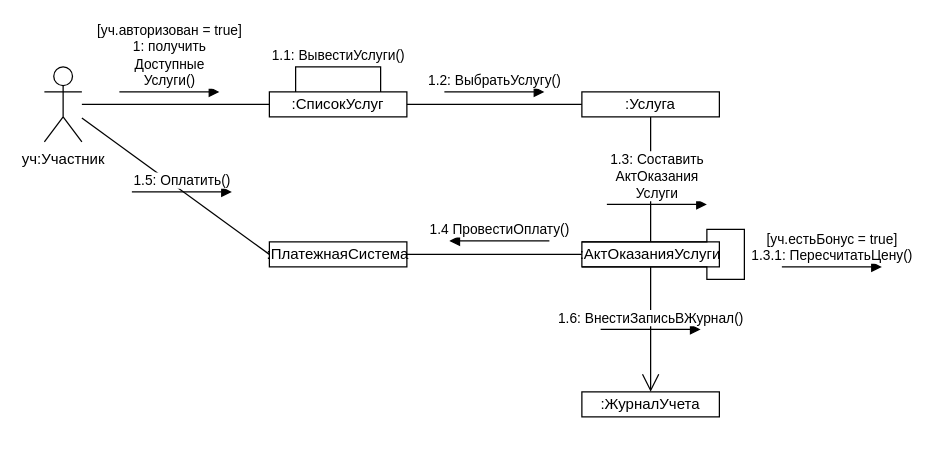
Before: page "Диаграмма коммуникаций" (2 of 3) of Lab_1/Lab_1.drawio in 4lnULpGkuW/OOAD, a draw.io diagram. Source tidied: cells renumbered, new cells numbered last; positions are measured from the earlier drawing's top-left corner, leaving out a move shared by most shapes. Both pictures are drawn from the tidied source at 125%, with x=0, y=0 at pixel (44, 66).
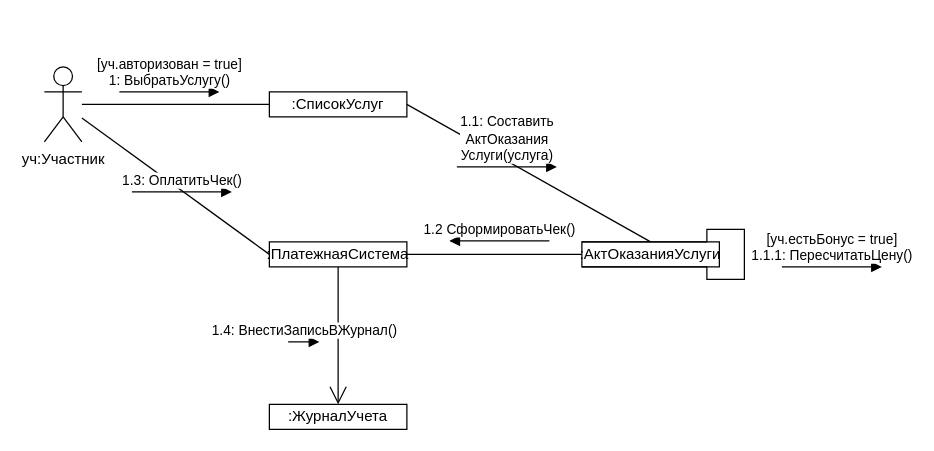
The same diagram, later.

Unchanged cells that the change refers to:
```xml
<mxCell id="3" value=":СписокУслуг" style="html=1;whiteSpace=wrap;" parent="1" vertex="1">
  <mxGeometry x="180" y="20" width="110" height="20" as="geometry" />
</mxCell>
<mxCell id="6" value=":АктОказанияУслуги" style="html=1;whiteSpace=wrap;" parent="1" vertex="1">
  <mxGeometry x="430" y="140" width="110" height="20" as="geometry" />
</mxCell>
<mxCell id="15" value=":ПлатежнаяСистема" style="html=1;whiteSpace=wrap;" parent="1" vertex="1">
  <mxGeometry x="180" y="140" width="110" height="20" as="geometry" />
</mxCell>
```

Diff of the diagram source:
```diff
@@
-    <mxCell id="5" value="1.1: ВывестиУслуги()" style="html=1;verticalAlign=bottom;endArrow=none;rounded=0;edgeStyle=elbowEdgeStyle;elbow=vertical;endFill=0;" parent="1" edge="1">
-      <mxGeometry relative="1" as="geometry">
-        <mxPoint x="201" y="20" as="sourcePoint" />
-        <mxPoint x="269" y="20" as="targetPoint" />
-        <Array as="points">
-          <mxPoint x="236" />
-        </Array>
-      </mxGeometry>
-    </mxCell>
@@
-    <mxCell id="7" style="html=1;verticalAlign=bottom;endArrow=none;curved=0;rounded=0;endFill=0;entryX=0.5;entryY=0;entryDx=0;entryDy=0;exitX=0.5;exitY=1;exitDx=0;exitDy=0;" parent="1" edge="1" source="12" target="6">
-      <mxGeometry x="0.56" relative="1" as="geometry" />
-    </mxCell>
+    <mxCell id="23" style="html=1;verticalAlign=bottom;endArrow=none;curved=0;rounded=0;endFill=0;entryX=0.5;entryY=0;entryDx=0;entryDy=0;exitX=1;exitY=0.5;exitDx=0;exitDy=0;" parent="1" edge="1" source="3" target="6">
+      <mxGeometry x="0.56" relative="1" as="geometry" />
+    </mxCell>
@@
-    <mxCell id="9" value="[уч.авторизован = true]&lt;div&gt;1: получить&lt;/div&gt;&lt;div&gt;Доступные&lt;/div&gt;&lt;div&gt;Услуги()&lt;/div&gt;" style="html=1;verticalAlign=bottom;endArrow=block;curved=0;rounded=0;" parent="1" edge="1">
-      <mxGeometry relative="1" as="geometry">
-        <mxPoint x="60" y="20" as="sourcePoint" />
-        <mxPoint x="140" y="20" as="targetPoint" />
-      </mxGeometry>
-    </mxCell>
-    <mxCell id="10" value="1.3: Составить&lt;div&gt;АктОказания&lt;/div&gt;&lt;div&gt;Услуги&lt;/div&gt;" style="html=1;verticalAlign=bottom;endArrow=block;curved=0;rounded=0;" parent="1" edge="1">
-      <mxGeometry relative="1" as="geometry">
-        <mxPoint x="450" y="110" as="sourcePoint" />
-        <mxPoint x="530" y="110" as="targetPoint" />
-      </mxGeometry>
-    </mxCell>
-    <mxCell id="11" value="[уч.естьБонус = true]&lt;div&gt;1.3.1: ПересчитатьЦену()&lt;/div&gt;" style="html=1;verticalAlign=bottom;endArrow=block;curved=0;rounded=0;" parent="1" edge="1">
-      <mxGeometry relative="1" as="geometry">
-        <mxPoint x="590" y="160" as="sourcePoint" />
-        <mxPoint x="670" y="160" as="targetPoint" />
-      </mxGeometry>
-    </mxCell>
-    <mxCell id="12" value=":Услуга" style="html=1;whiteSpace=wrap;" parent="1" vertex="1">
-      <mxGeometry x="430" y="20" width="110" height="20" as="geometry" />
-    </mxCell>
-    <mxCell id="13" style="endArrow=none;endFill=0;endSize=12;html=1;rounded=0;exitX=1;exitY=0.5;exitDx=0;exitDy=0;entryX=0;entryY=0.5;entryDx=0;entryDy=0;" parent="1" edge="1" source="3" target="12">
-      <mxGeometry relative="1" as="geometry" />
-    </mxCell>
-    <mxCell id="14" value="1.2: ВыбратьУслугу()" style="html=1;verticalAlign=bottom;endArrow=block;curved=0;rounded=0;" parent="1" edge="1">
-      <mxGeometry relative="1" as="geometry">
-        <mxPoint x="320" y="20" as="sourcePoint" />
-        <mxPoint x="400" y="20" as="targetPoint" />
-      </mxGeometry>
-    </mxCell>
+    <mxCell id="24" value="[уч.авторизован = true]&lt;div&gt;1: ВыбратьУслугу()&lt;/div&gt;" style="html=1;verticalAlign=bottom;endArrow=block;curved=0;rounded=0;" parent="1" edge="1">
+      <mxGeometry relative="1" as="geometry">
+        <mxPoint x="60" y="20" as="sourcePoint" />
+        <mxPoint x="140" y="20" as="targetPoint" />
+      </mxGeometry>
+    </mxCell>
+    <mxCell id="25" value="1.1: Составить&lt;div&gt;АктОказания&lt;/div&gt;&lt;div&gt;Услуги(услуга)&lt;/div&gt;" style="html=1;verticalAlign=bottom;endArrow=block;curved=0;rounded=0;" parent="1" edge="1">
+      <mxGeometry relative="1" as="geometry">
+        <mxPoint x="330" y="80" as="sourcePoint" />
+        <mxPoint x="410" y="80" as="targetPoint" />
+      </mxGeometry>
+    </mxCell>
+    <mxCell id="26" value="[уч.естьБонус = true]&lt;div&gt;1.1.1: ПересчитатьЦену()&lt;/div&gt;" style="html=1;verticalAlign=bottom;endArrow=block;curved=0;rounded=0;" parent="1" edge="1">
+      <mxGeometry relative="1" as="geometry">
+        <mxPoint x="590" y="160" as="sourcePoint" />
+        <mxPoint x="670" y="160" as="targetPoint" />
+      </mxGeometry>
+    </mxCell>
@@
-    <mxCell id="16" style="endArrow=none;endFill=0;endSize=12;html=1;rounded=0;" parent="1" edge="1">
-      <mxGeometry relative="1" as="geometry">
-        <mxPoint x="290" y="150" as="sourcePoint" />
-        <mxPoint x="430" y="150" as="targetPoint" />
-      </mxGeometry>
-    </mxCell>
-    <mxCell id="17" value="1.4 ПровестиОплату()" style="html=1;verticalAlign=bottom;endArrow=block;curved=0;rounded=0;" parent="1" edge="1">
-      <mxGeometry relative="1" as="geometry">
-        <mxPoint x="404" y="139.2" as="sourcePoint" />
-        <mxPoint x="324" y="139.2" as="targetPoint" />
-      </mxGeometry>
-    </mxCell>
+    <mxCell id="27" style="endArrow=none;endFill=0;endSize=12;html=1;rounded=0;" parent="1" edge="1">
+      <mxGeometry relative="1" as="geometry">
+        <mxPoint x="290" y="150" as="sourcePoint" />
+        <mxPoint x="430" y="150" as="targetPoint" />
+      </mxGeometry>
+    </mxCell>
+    <mxCell id="28" value="1.2 СформироватьЧек()" style="html=1;verticalAlign=bottom;endArrow=block;curved=0;rounded=0;" parent="1" edge="1">
+      <mxGeometry relative="1" as="geometry">
+        <mxPoint x="404" y="139.2" as="sourcePoint" />
+        <mxPoint x="324" y="139.2" as="targetPoint" />
+      </mxGeometry>
+    </mxCell>
@@
-    <mxCell id="19" value="1.5: Оплатить()" style="html=1;verticalAlign=bottom;endArrow=block;curved=0;rounded=0;" parent="1" edge="1">
-      <mxGeometry relative="1" as="geometry">
-        <mxPoint x="70" y="100" as="sourcePoint" />
-        <mxPoint x="150" y="100" as="targetPoint" />
-      </mxGeometry>
-    </mxCell>
+    <mxCell id="29" value="1.3: ОплатитьЧек()" style="html=1;verticalAlign=bottom;endArrow=block;curved=0;rounded=0;" parent="1" edge="1">
+      <mxGeometry relative="1" as="geometry">
+        <mxPoint x="70" y="100" as="sourcePoint" />
+        <mxPoint x="150" y="100" as="targetPoint" />
+      </mxGeometry>
+    </mxCell>
     <mxCell id="20" value=":ЖурналУчета" style="html=1;whiteSpace=wrap;" parent="1" vertex="1">
-      <mxGeometry x="430" y="260" width="110" height="20" as="geometry" />
+      <mxGeometry x="180" y="270" width="110" height="20" as="geometry" />
     </mxCell>
-    <mxCell id="21" style="endArrow=open;endFill=1;endSize=12;html=1;rounded=0;entryX=0.5;entryY=0;entryDx=0;entryDy=0;" parent="1" edge="1" target="20">
-      <mxGeometry relative="1" as="geometry">
-        <mxPoint x="485" y="160" as="sourcePoint" />
-      </mxGeometry>
-    </mxCell>
-    <mxCell id="22" value="1.6: ВнестиЗаписьВЖурнал()" style="html=1;verticalAlign=bottom;endArrow=block;curved=0;rounded=0;" parent="1" edge="1">
-      <mxGeometry relative="1" as="geometry">
-        <mxPoint x="445" y="210" as="sourcePoint" />
-        <mxPoint x="525" y="210" as="targetPoint" />
-      </mxGeometry>
-    </mxCell>
+    <mxCell id="30" style="endArrow=open;endFill=1;endSize=12;html=1;rounded=0;entryX=0.5;entryY=0;entryDx=0;entryDy=0;exitX=0.5;exitY=1;exitDx=0;exitDy=0;" parent="1" edge="1" source="15" target="20">
+      <mxGeometry relative="1" as="geometry" />
+    </mxCell>
+    <mxCell id="31" value="1.4: ВнестиЗаписьВЖурнал()" style="html=1;verticalAlign=bottom;endArrow=block;curved=0;rounded=0;" parent="1" edge="1">
+      <mxGeometry relative="1" as="geometry">
+        <mxPoint x="195" y="220" as="sourcePoint" />
+        <mxPoint x="220" y="220" as="targetPoint" />
+      </mxGeometry>
+    </mxCell>
```
